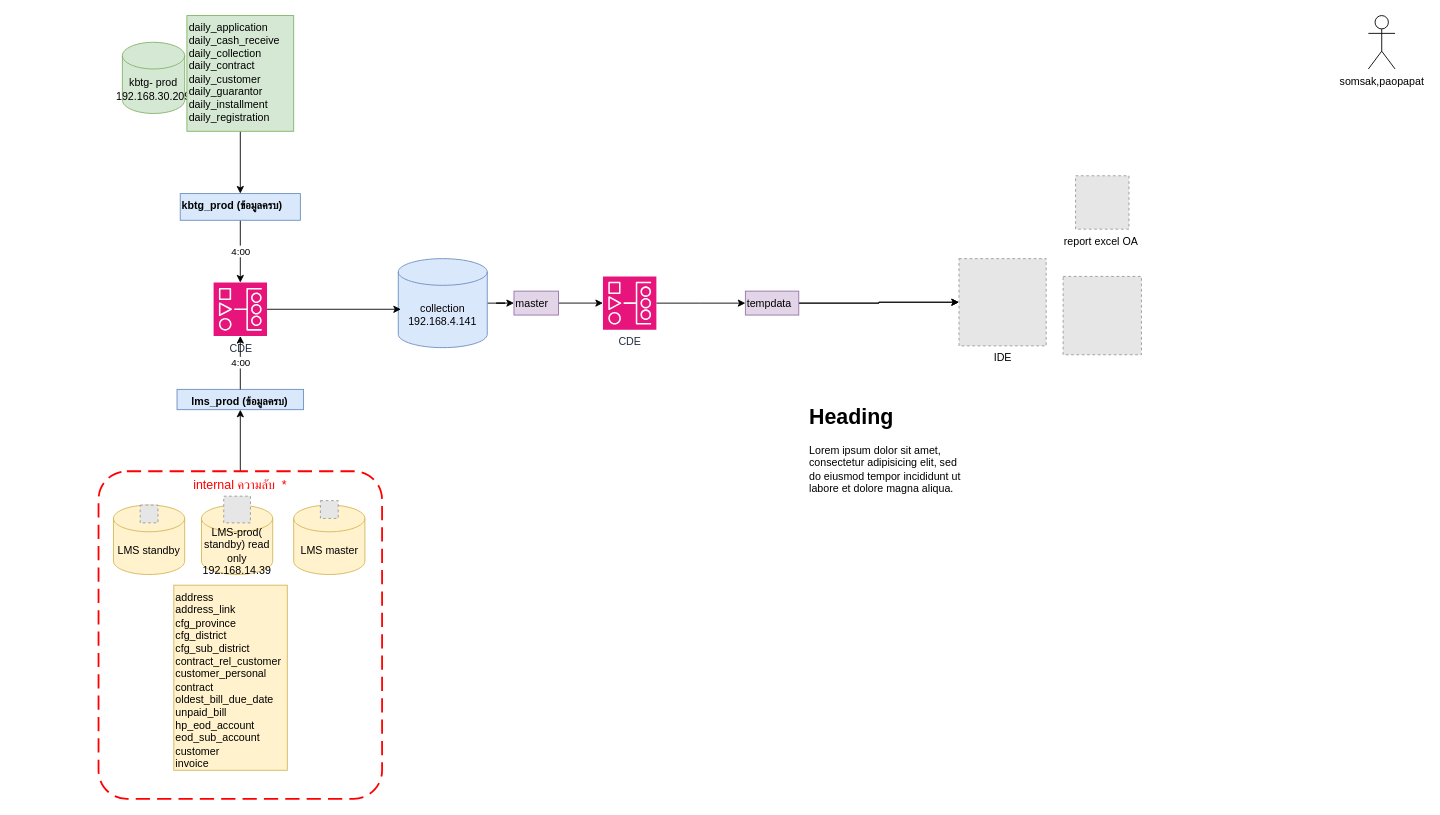
The draw.io diagram share_collection.drawio in monliepops/drawio, before the edit. Source tidied: cells renumbered, new cells numbered last; positions are measured from the earlier drawing's top-left corner, leaving out a move shared by most shapes. Both pictures are drawn from the tidied source at 89%, with x=0, y=0 at pixel (98, 15). Pictures stored in the file or linked from it are replaced by grey dashed boxes.
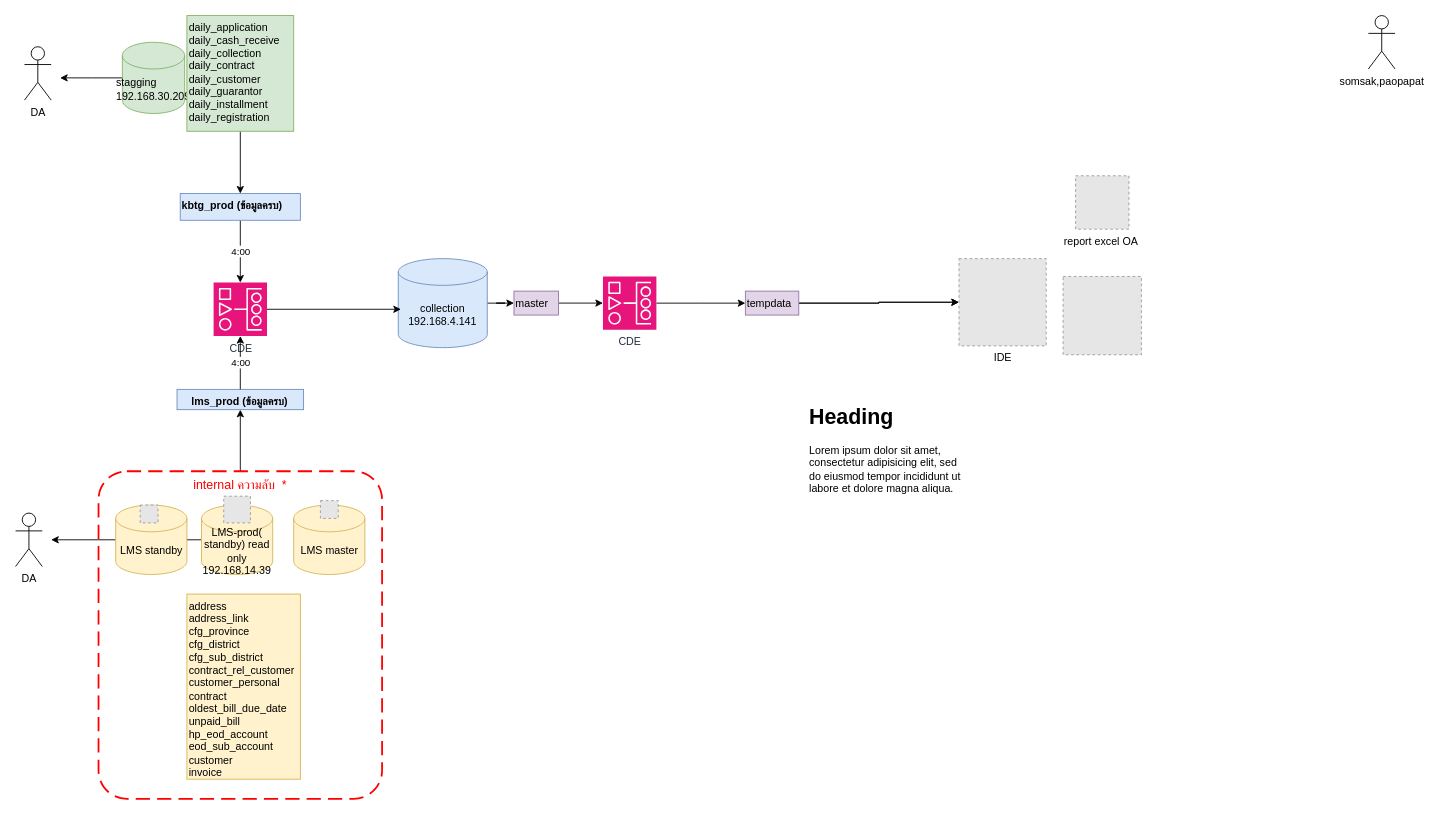
Above is the later version.

The change refers to these unchanged cells:
```xml
<mxCell id="15" value="LMS-prod( standby) read only&lt;div&gt;192.168.14.39&lt;/div&gt;" style="shape=cylinder3;whiteSpace=wrap;html=1;boundedLbl=1;backgroundOutline=1;size=15;fillColor=#fff2cc;strokeColor=#d6b656;" parent="1" vertex="1">
  <mxGeometry x="115.9" y="550" width="80" height="78" as="geometry" />
</mxCell>
```

Diff of the diagram source:
```diff
@@
     <mxCell id="4" value="address&#10;address_link&#10;cfg_province&#10;cfg_district&#10;cfg_sub_district&#10;contract_rel_customer&#10;customer_personal&#10;contract&#10;oldest_bill_due_date&#10;unpaid_bill&#10;hp_eod_account&#10;eod_sub_account&#10;customer&#10;invoice&#10;" style="text;whiteSpace=wrap;fillColor=#fff2cc;strokeColor=#d6b656;" parent="1" vertex="1">
-      <mxGeometry x="84.8" y="640" width="127.5" height="208" as="geometry" />
+      <mxGeometry x="99.5" y="650" width="127.5" height="208" as="geometry" />
     </mxCell>
@@
+    <mxCell id="34" style="edgeStyle=orthogonalEdgeStyle;rounded=0;jettySize=auto;html=1;" parent="1" edge="1" source="7">
+      <mxGeometry relative="1" as="geometry">
+        <mxPoint x="-43" y="70" as="targetPoint" />
+      </mxGeometry>
+    </mxCell>
-    <mxCell id="7" value="&lt;span style=&quot;text-align: left;&quot;&gt;kbtg&lt;/span&gt;- prod&lt;div&gt;192.168.30.209&lt;br&gt;&lt;/div&gt;" style="shape=cylinder3;whiteSpace=wrap;html=1;boundedLbl=1;backgroundOutline=1;size=15;fillColor=#d5e8d4;strokeColor=#82b366;" parent="1" vertex="1">
+    <mxCell id="7" value="&lt;div style=&quot;text-align: left;&quot;&gt;stagging&lt;/div&gt;&lt;div&gt;192.168.30.209&lt;br&gt;&lt;/div&gt;" style="shape=cylinder3;whiteSpace=wrap;html=1;boundedLbl=1;backgroundOutline=1;size=15;fillColor=#d5e8d4;strokeColor=#82b366;" parent="1" vertex="1">
       <mxGeometry x="27" y="30" width="70" height="80" as="geometry" />
     </mxCell>
@@
+    <mxCell id="35" style="edgeStyle=orthogonalEdgeStyle;rounded=0;jettySize=auto;html=1;" parent="1" edge="1" source="15">
+      <mxGeometry relative="1" as="geometry">
+        <mxPoint x="-53" y="589" as="targetPoint" />
+      </mxGeometry>
+    </mxCell>
@@
     <mxCell id="17" value="LMS standby" style="shape=cylinder3;whiteSpace=wrap;html=1;boundedLbl=1;backgroundOutline=1;size=15;fillColor=#fff2cc;strokeColor=#d6b656;" parent="1" vertex="1">
-      <mxGeometry x="17" y="550" width="80" height="78" as="geometry" />
+      <mxGeometry x="19.5" y="550" width="80" height="78" as="geometry" />
     </mxCell>
@@
+    <mxCell id="36" value="DA" style="shape=umlActor;verticalLabelPosition=bottom;verticalAlign=top;html=1;" parent="1" vertex="1">
+      <mxGeometry x="-93" y="559" width="30" height="60" as="geometry" />
+    </mxCell>
+    <mxCell id="37" value="DA" style="shape=umlActor;verticalLabelPosition=bottom;verticalAlign=top;html=1;" parent="1" vertex="1">
+      <mxGeometry x="-83" y="35" width="30" height="60" as="geometry" />
+    </mxCell>
```
